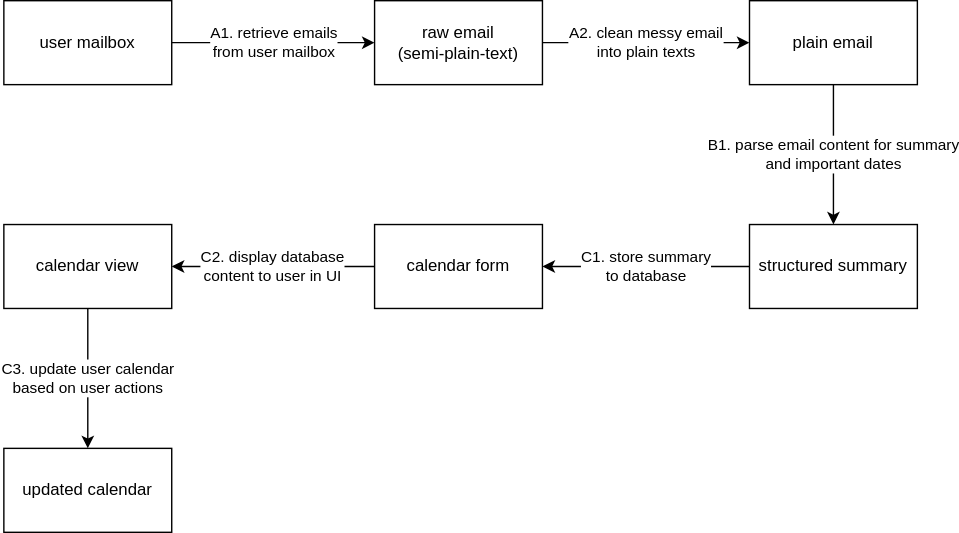
Above: assets/workflow.drawio.svg in dongmingli-Ben/email-wizard (draw.io), before the change. Source tidied: cells renumbered, new cells last; positions are measured from the earlier drawing's top-left corner, leaving out a move shared by most shapes.
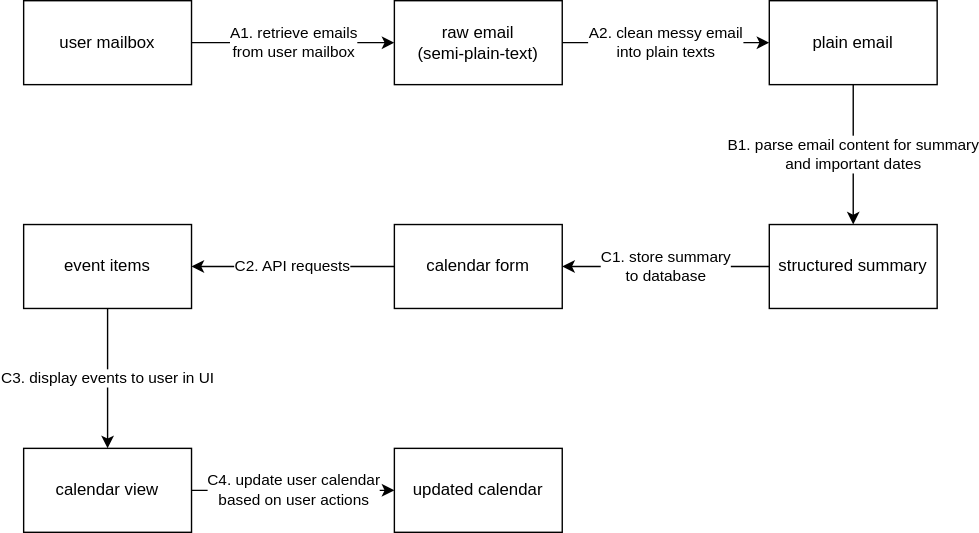
The same file after the commit.

Commit message:
update workflow design

What changed in the source:
```diff
@@ -26,20 +26,26 @@
     <mxCell id="9" value="structured summary" style="rounded=0;whiteSpace=wrap;html=1;" parent="1" vertex="1">
       <mxGeometry x="533" y="160" width="120" height="60" as="geometry" />
     </mxCell>
-    <mxCell id="10" value="C2. display database &lt;br&gt;content to user in UI" style="edgeStyle=none;html=1;exitX=0;exitY=0.5;exitDx=0;exitDy=0;entryX=1;entryY=0.5;entryDx=0;entryDy=0;" parent="1" edge="1" source="11" target="13">
+    <mxCell id="10" value="C3. display events&amp;nbsp;to user in UI" style="edgeStyle=none;html=1;exitX=0.5;exitY=1;exitDx=0;exitDy=0;entryX=0.5;entryY=0;entryDx=0;entryDy=0;" parent="1" edge="1" source="16" target="13">
       <mxGeometry relative="1" as="geometry" />
     </mxCell>
+    <mxCell id="15" value="C2. API requests" style="edgeStyle=none;html=1;exitX=0;exitY=0.5;exitDx=0;exitDy=0;entryX=1;entryY=0.5;entryDx=0;entryDy=0;" parent="1" edge="1" source="11" target="16">
+      <mxGeometry relative="1" as="geometry" />
+    </mxCell>
     <mxCell id="11" value="calendar form" style="rounded=0;whiteSpace=wrap;html=1;" parent="1" vertex="1">
       <mxGeometry x="265" y="160" width="120" height="60" as="geometry" />
     </mxCell>
-    <mxCell id="12" value="C3. update user calendar &lt;br&gt;based on user actions" style="edgeStyle=none;html=1;exitX=0.5;exitY=1;exitDx=0;exitDy=0;entryX=0.5;entryY=0;entryDx=0;entryDy=0;" parent="1" edge="1" source="13" target="14">
+    <mxCell id="12" value="C4. update user calendar &lt;br&gt;based on user actions" style="edgeStyle=none;html=1;exitX=1;exitY=0.5;exitDx=0;exitDy=0;entryX=0;entryY=0.5;entryDx=0;entryDy=0;" parent="1" edge="1" source="13" target="14">
       <mxGeometry relative="1" as="geometry" />
     </mxCell>
     <mxCell id="13" value="calendar view" style="rounded=0;whiteSpace=wrap;html=1;" parent="1" vertex="1">
-      <mxGeometry y="160" width="120" height="60" as="geometry" />
+      <mxGeometry y="320" width="120" height="60" as="geometry" />
     </mxCell>
     <mxCell id="14" value="updated calendar" style="rounded=0;whiteSpace=wrap;html=1;" parent="1" vertex="1">
-      <mxGeometry y="320" width="120" height="60" as="geometry" />
+      <mxGeometry x="265" y="320" width="120" height="60" as="geometry" />
     </mxCell>
+    <mxCell id="16" value="event items" style="rounded=0;whiteSpace=wrap;html=1;" parent="1" vertex="1">
+      <mxGeometry y="160" width="120" height="60" as="geometry" />
+    </mxCell>
   </root>
 </mxGraphModel>
```
